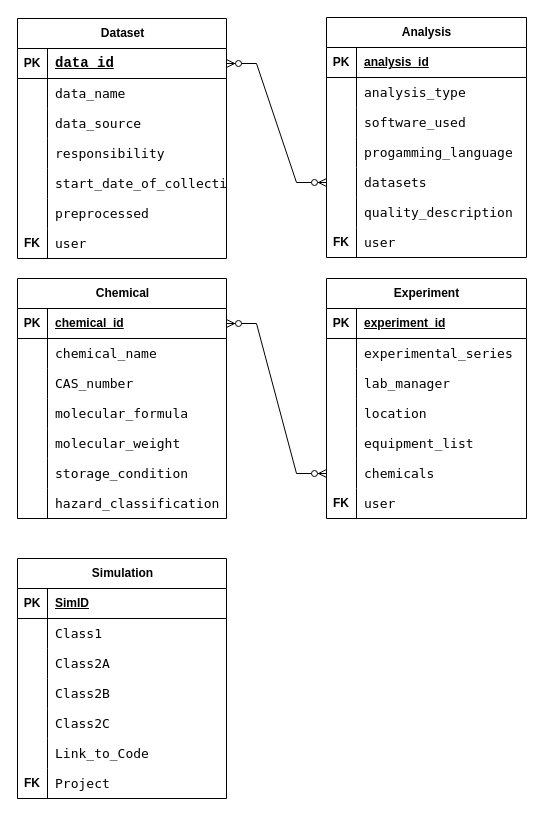
Above: ERDMetadata.drawio in kay-squared/PyTorchLearn (draw.io), before the change. Source tidied: cells renumbered, new cells numbered last; positions are measured from the earlier drawing's top-left corner, leaving out a move shared by most shapes. Both pictures are drawn from the tidied source at 100%, with x=0, y=0 at pixel (17, 17).
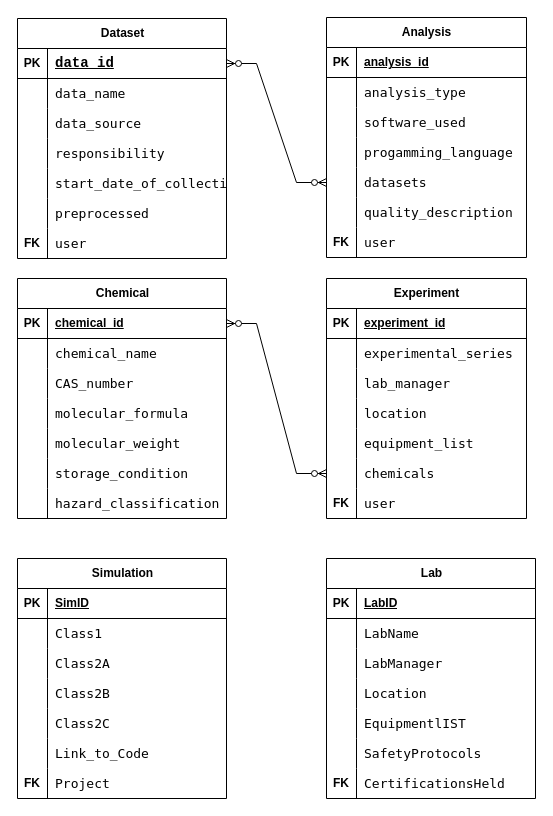
The same page after the edit.

Diff of the diagram source:
```diff
@@
+    <mxCell id="114" value="Lab" style="shape=table;startSize=30;childLayout=tableLayout;rowLines=0;fontStyle=1;align=center;html=1;" parent="1" vertex="1">
+      <mxGeometry x="309" y="541" width="209" height="240" as="geometry" />
+    </mxCell>
+    <mxCell id="115" style="shape=tableRow;horizontal=0;startSize=0;swimlaneHead=0;swimlaneBody=0;fillColor=none;top=0;left=0;right=0;bottom=1;" parent="114" vertex="1">
+      <mxGeometry y="30" width="209" height="30" as="geometry" />
+    </mxCell>
+    <mxCell id="116" value="PK" style="shape=partialRectangle;fillColor=none;top=0;left=0;bottom=0;right=0;fontStyle=1;overflow=hidden;whiteSpace=wrap;html=1;" parent="115" vertex="1">
+      <mxGeometry width="30" height="30" as="geometry" />
+    </mxCell>
+    <mxCell id="117" value="LabID" style="shape=partialRectangle;fillColor=none;top=0;left=0;bottom=0;right=0;align=left;spacingLeft=6;fontStyle=5;overflow=hidden;whiteSpace=wrap;html=1;" parent="115" vertex="1">
+      <mxGeometry x="30" width="179" height="30" as="geometry" />
+    </mxCell>
+    <mxCell id="118" style="shape=tableRow;horizontal=0;startSize=0;swimlaneHead=0;swimlaneBody=0;fillColor=none;top=0;left=0;right=0;bottom=0;" parent="114" vertex="1">
+      <mxGeometry y="60" width="209" height="30" as="geometry" />
+    </mxCell>
+    <mxCell id="119" style="shape=partialRectangle;fillColor=none;top=0;left=0;bottom=0;right=0;overflow=hidden;whiteSpace=wrap;html=1;" parent="118" vertex="1">
+      <mxGeometry width="30" height="30" as="geometry" />
+    </mxCell>
+    <mxCell id="120" value="LabName" style="shape=partialRectangle;fillColor=none;top=0;left=0;bottom=0;right=0;align=left;spacingLeft=6;overflow=hidden;whiteSpace=wrap;html=1;fontFamily=Lucida Console;fontSize=13;" parent="118" vertex="1">
+      <mxGeometry x="30" width="179" height="30" as="geometry" />
+    </mxCell>
+    <mxCell id="121" style="shape=tableRow;horizontal=0;startSize=0;swimlaneHead=0;swimlaneBody=0;fillColor=none;top=0;left=0;right=0;bottom=0;" parent="114" vertex="1">
+      <mxGeometry y="90" width="209" height="30" as="geometry" />
+    </mxCell>
+    <mxCell id="122" style="shape=partialRectangle;fillColor=none;top=0;left=0;bottom=0;right=0;overflow=hidden;whiteSpace=wrap;html=1;" parent="121" vertex="1">
+      <mxGeometry width="30" height="30" as="geometry" />
+    </mxCell>
+    <mxCell id="123" value="LabManager" style="shape=partialRectangle;fillColor=none;top=0;left=0;bottom=0;right=0;align=left;spacingLeft=6;overflow=hidden;whiteSpace=wrap;html=1;fontFamily=Lucida Console;fontSize=13;" parent="121" vertex="1">
+      <mxGeometry x="30" width="179" height="30" as="geometry" />
+    </mxCell>
+    <mxCell id="124" style="shape=tableRow;horizontal=0;startSize=0;swimlaneHead=0;swimlaneBody=0;fillColor=none;top=0;left=0;right=0;bottom=0;" parent="114" vertex="1">
+      <mxGeometry y="120" width="209" height="30" as="geometry" />
+    </mxCell>
+    <mxCell id="125" style="shape=partialRectangle;fillColor=none;top=0;left=0;bottom=0;right=0;overflow=hidden;whiteSpace=wrap;html=1;" parent="124" vertex="1">
+      <mxGeometry width="30" height="30" as="geometry" />
+    </mxCell>
+    <mxCell id="126" value="Location" style="shape=partialRectangle;fillColor=none;top=0;left=0;bottom=0;right=0;align=left;spacingLeft=6;overflow=hidden;whiteSpace=wrap;html=1;fontFamily=Lucida Console;fontSize=13;" parent="124" vertex="1">
+      <mxGeometry x="30" width="179" height="30" as="geometry" />
+    </mxCell>
+    <mxCell id="127" style="shape=tableRow;horizontal=0;startSize=0;swimlaneHead=0;swimlaneBody=0;fillColor=none;top=0;left=0;right=0;bottom=0;" parent="114" vertex="1">
+      <mxGeometry y="150" width="209" height="30" as="geometry" />
+    </mxCell>
+    <mxCell id="128" style="shape=partialRectangle;fillColor=none;top=0;left=0;bottom=0;right=0;overflow=hidden;whiteSpace=wrap;html=1;" parent="127" vertex="1">
+      <mxGeometry width="30" height="30" as="geometry" />
+    </mxCell>
+    <mxCell id="129" value="EquipmentlIST" style="shape=partialRectangle;fillColor=none;top=0;left=0;bottom=0;right=0;align=left;spacingLeft=6;overflow=hidden;whiteSpace=wrap;html=1;fontFamily=Lucida Console;fontSize=13;" parent="127" vertex="1">
+      <mxGeometry x="30" width="179" height="30" as="geometry" />
+    </mxCell>
+    <mxCell id="130" style="shape=tableRow;horizontal=0;startSize=0;swimlaneHead=0;swimlaneBody=0;fillColor=none;top=0;left=0;right=0;bottom=0;" parent="114" vertex="1">
+      <mxGeometry y="180" width="209" height="30" as="geometry" />
+    </mxCell>
+    <mxCell id="131" style="shape=partialRectangle;fillColor=none;top=0;left=0;bottom=0;right=0;overflow=hidden;whiteSpace=wrap;html=1;" parent="130" vertex="1">
+      <mxGeometry width="30" height="30" as="geometry" />
+    </mxCell>
+    <mxCell id="132" value="SafetyProtocols" style="shape=partialRectangle;fillColor=none;top=0;left=0;bottom=0;right=0;align=left;spacingLeft=6;overflow=hidden;whiteSpace=wrap;html=1;fontFamily=Lucida Console;fontSize=13;" parent="130" vertex="1">
+      <mxGeometry x="30" width="179" height="30" as="geometry" />
+    </mxCell>
+    <mxCell id="133" style="shape=tableRow;horizontal=0;startSize=0;swimlaneHead=0;swimlaneBody=0;fillColor=none;top=0;left=0;right=0;bottom=0;" parent="114" vertex="1">
+      <mxGeometry y="210" width="209" height="30" as="geometry" />
+    </mxCell>
+    <mxCell id="134" value="&lt;span style=&quot;color: rgba(0, 0, 0, 0); font-family: monospace; font-size: 0px; text-align: start; text-wrap: nowrap;&quot;&gt;FK&lt;/span&gt;&lt;span style=&quot;font-weight: 700;&quot;&gt;FK&lt;/span&gt;" style="shape=partialRectangle;fillColor=none;top=0;left=0;bottom=0;right=0;overflow=hidden;whiteSpace=wrap;html=1;" parent="133" vertex="1">
+      <mxGeometry width="30" height="30" as="geometry" />
+    </mxCell>
+    <mxCell id="135" value="CertificationsHeld" style="shape=partialRectangle;fillColor=none;top=0;left=0;bottom=0;right=0;align=left;spacingLeft=6;overflow=hidden;whiteSpace=wrap;html=1;fontFamily=Lucida Console;fontSize=13;" parent="133" vertex="1">
+      <mxGeometry x="30" width="179" height="30" as="geometry" />
+    </mxCell>
```
